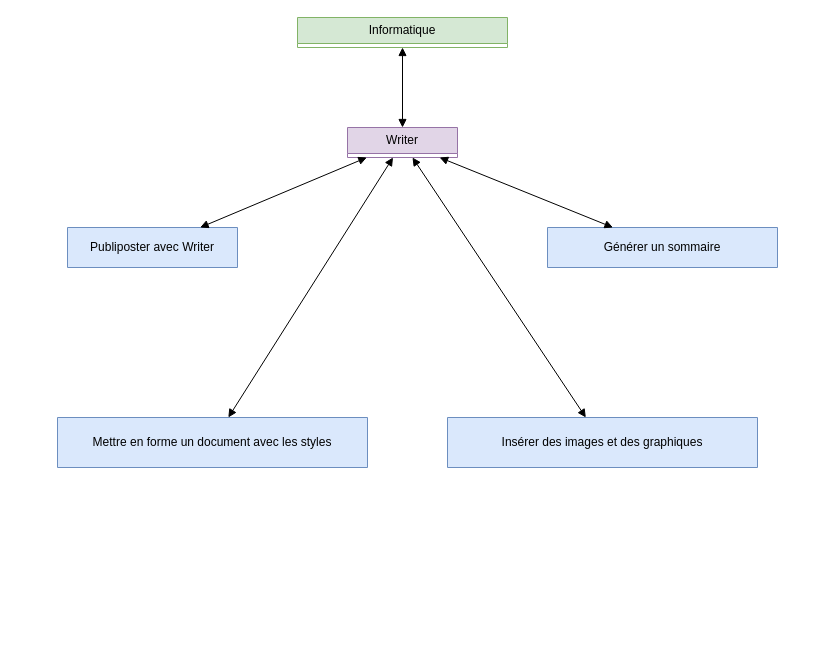
Before: Writer.drawio in jean-seb-2106/pythontest, a draw.io diagram. Source tidied: cells renumbered, new cells numbered last; positions are measured from the earlier drawing's top-left corner, leaving out a move shared by most shapes. Both pictures are drawn from the tidied source at 100%, with x=0, y=0 at pixel (57, 17).
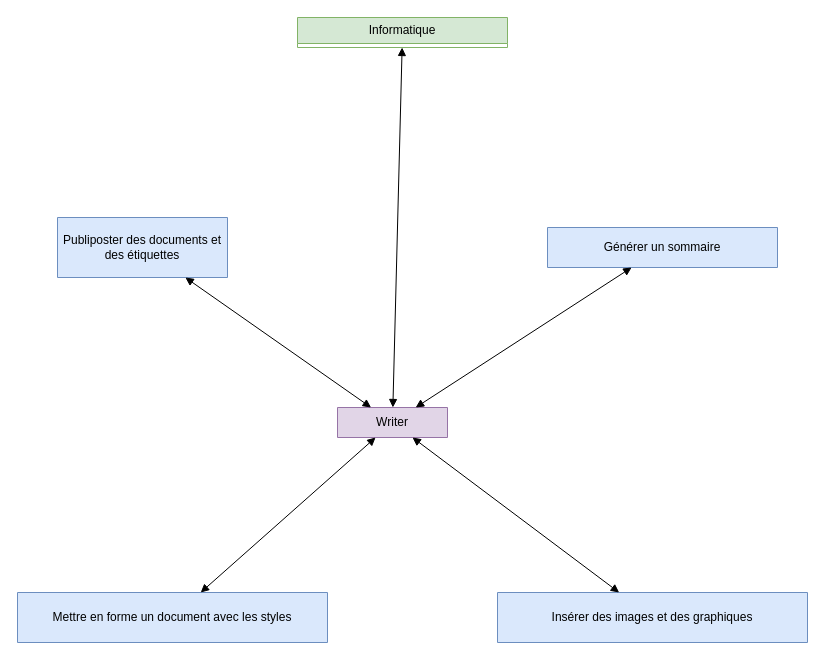
The same diagram, later.

Commit message (it also covers changes not shown here):
Mettre à jour Writer.drawio

What changed in the source:
```diff
@@
 <mxGraphModel>
   <root>
     <mxCell id="0" />
     <mxCell id="1" parent="0" />
-    <mxCell id="2" value="Writer" style="swimlane;fontStyle=0;horizontal=1;startSize=26;fillColor=#e1d5e7;whiteSpace=wrap;html=1;strokeColor=#9673a6;" parent="1" vertex="1" collapsed="1">
-      <mxGeometry x="290" y="110" width="110" height="30" as="geometry" />
+    <mxCell id="2" value="Writer" style="swimlane;fontStyle=0;horizontal=1;startSize=30;fillColor=#e1d5e7;whiteSpace=wrap;html=1;strokeColor=#9673a6;" parent="1" vertex="1" collapsed="1">
+      <mxGeometry x="280" y="390" width="110" height="30" as="geometry" />
     </mxCell>
     <mxCell id="3" style="endArrow=block;startArrow=block;endFill=1;startFill=1;html=1;rounded=0;" parent="1" edge="1" source="4" target="2">
       <mxGeometry relative="1" as="geometry" />
     </mxCell>
     <mxCell id="4" value="Informatique" style="swimlane;fontStyle=0;horizontal=1;startSize=26;fillColor=#d5e8d4;whiteSpace=wrap;html=1;strokeColor=#82b366;" parent="1" vertex="1" collapsed="1">
       <mxGeometry x="240" width="210" height="30" as="geometry" />
     </mxCell>
-    <mxCell id="5" value="Publiposter avec Writer" style="swimlane;fontStyle=0;horizontal=1;startSize=40;fillColor=#dae8fc;whiteSpace=wrap;html=1;strokeColor=#6c8ebf;" parent="1" vertex="1" collapsed="1">
-      <mxGeometry x="10" y="210" width="170" height="40" as="geometry" />
+    <mxCell id="5" value="Publiposter des documents et des étiquettes" style="swimlane;fontStyle=0;horizontal=1;startSize=60;fillColor=#dae8fc;whiteSpace=wrap;html=1;strokeColor=#6c8ebf;" parent="1" vertex="1" collapsed="1">
+      <mxGeometry y="200" width="170" height="60" as="geometry" />
     </mxCell>
     <mxCell id="6" style="endArrow=block;startArrow=block;endFill=1;startFill=1;html=1;rounded=0;" parent="1" edge="1" source="2" target="5">
       <mxGeometry relative="1" as="geometry" />
     </mxCell>
     <mxCell id="7" value="Mettre en forme un document avec les styles" style="swimlane;fontStyle=0;horizontal=1;startSize=50;fillColor=#dae8fc;whiteSpace=wrap;html=1;strokeColor=#6c8ebf;" parent="1" vertex="1" collapsed="1">
-      <mxGeometry y="400" width="310" height="50" as="geometry" />
+      <mxGeometry x="-40" y="575" width="310" height="50" as="geometry" />
     </mxCell>
     <mxCell id="8" value="Générer un sommaire" style="swimlane;fontStyle=0;horizontal=1;startSize=40;fillColor=#dae8fc;whiteSpace=wrap;html=1;strokeColor=#6c8ebf;" parent="1" vertex="1" collapsed="1">
       <mxGeometry x="490" y="210" width="230" height="40" as="geometry" />
     </mxCell>
     <mxCell id="9" style="endArrow=block;startArrow=block;endFill=1;startFill=1;html=1;rounded=0;" parent="1" edge="1" source="2" target="8">
       <mxGeometry relative="1" as="geometry" />
     </mxCell>
     <mxCell id="10" value="Insérer des images et des graphiques" style="swimlane;fontStyle=0;horizontal=1;startSize=50;fillColor=#dae8fc;whiteSpace=wrap;html=1;strokeColor=#6c8ebf;" parent="1" vertex="1" collapsed="1">
-      <mxGeometry x="390" y="400" width="310" height="50" as="geometry" />
+      <mxGeometry x="440" y="575" width="310" height="50" as="geometry" />
     </mxCell>
     <mxCell id="11" style="endArrow=block;startArrow=block;endFill=1;startFill=1;html=1;rounded=0;" parent="1" edge="1" source="2" target="7">
       <mxGeometry relative="1" as="geometry" />
     </mxCell>
     <mxCell id="12" style="endArrow=block;startArrow=block;endFill=1;startFill=1;html=1;rounded=0;" parent="1" edge="1" source="2" target="10">
       <mxGeometry relative="1" as="geometry" />
     </mxCell>
   </root>
 </mxGraphModel>
```
